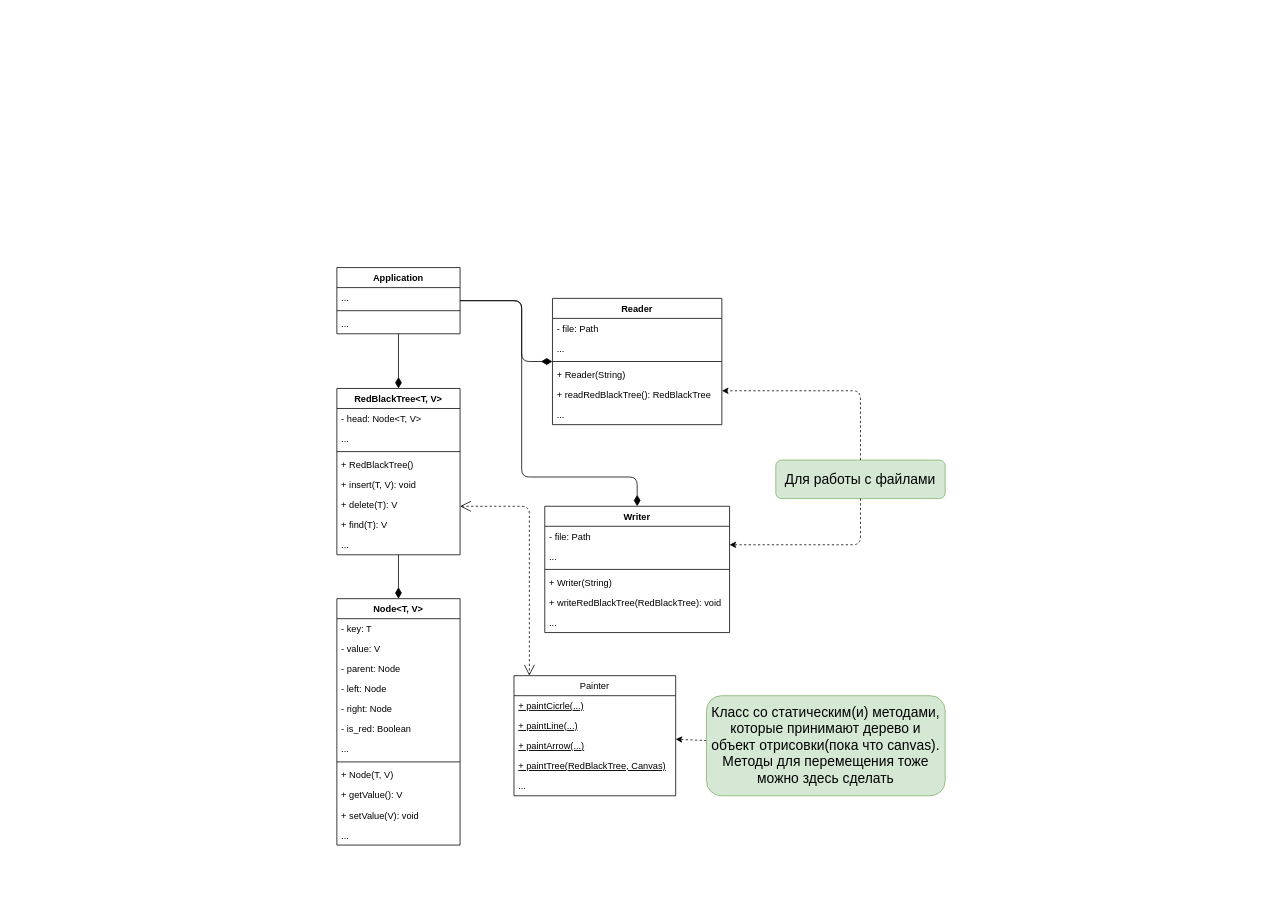
This is page "Architecture_via_classes" (2 of 5) of reports/SP_9304.drawio from mirrin00/RBTGame, a draw.io file, before an edit. Source tidied: cells renumbered, new cells numbered last; positions are measured from the earlier drawing's top-left corner, leaving out a move shared by most shapes. Both pictures are drawn from the tidied source at 77%, with x=0, y=0 at pixel (336, 267).
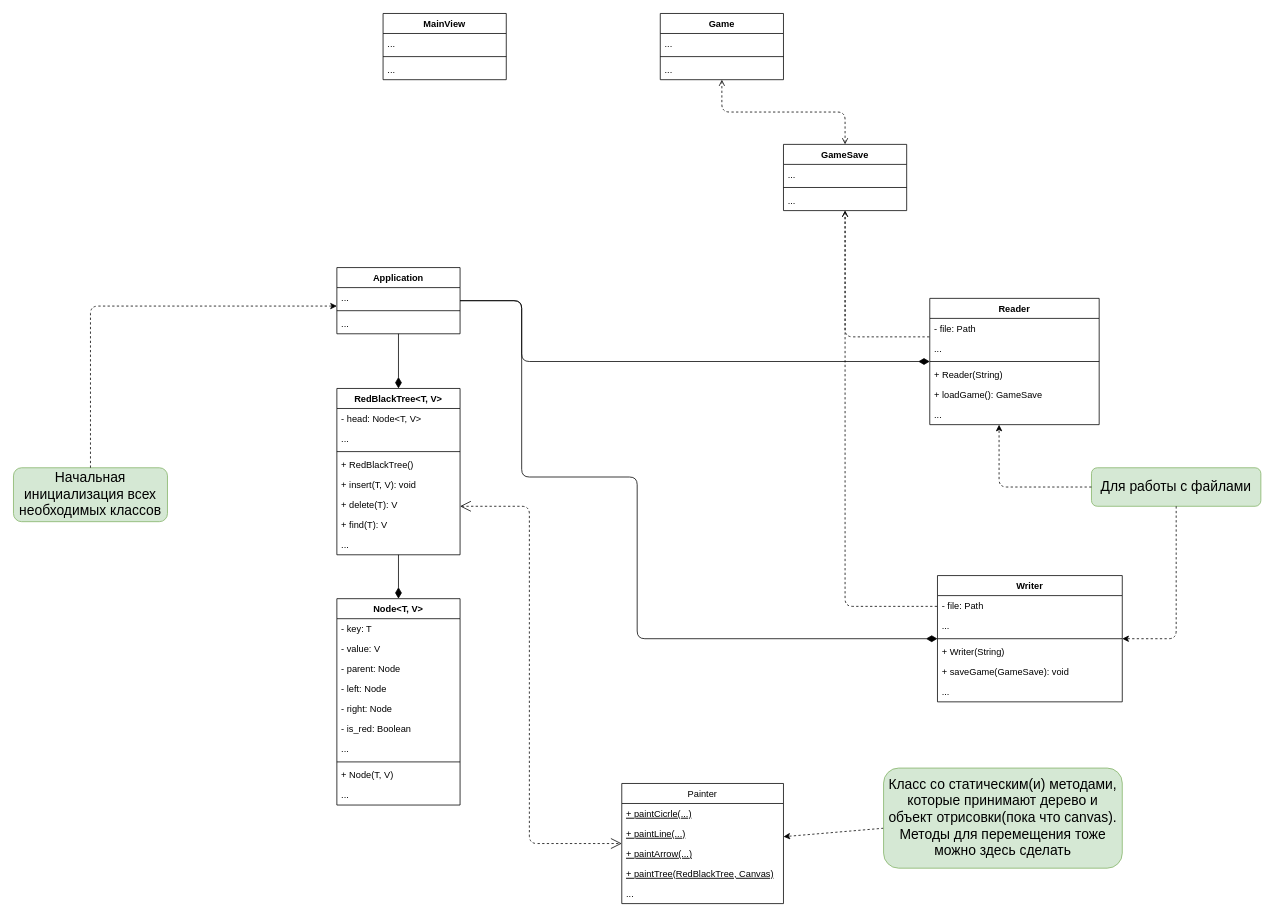
Above is the later version.

The change refers to these unchanged cells:
```xml
<mxCell id="49" value="Application" style="swimlane;fontStyle=1;align=center;verticalAlign=top;horizontal=1;startSize=26;" parent="1" vertex="1">
  <mxGeometry width="160" height="86" as="geometry" />
</mxCell>
```

Change to the diagram source:
```diff
@@
     <mxCell id="3" value="Класс со статическим(и) методами, которые принимают дерево и объект отрисовки(пока что canvas). Методы для перемещения тоже можно здесь сделать" style="rounded=1;whiteSpace=wrap;html=1;fontSize=18;fillColor=#d5e8d4;strokeColor=#82b366;" parent="1" vertex="1">
-      <mxGeometry x="480" y="556" width="310" height="130" as="geometry" />
+      <mxGeometry x="710" y="650" width="310" height="130" as="geometry" />
     </mxCell>
     <mxCell id="4" value="Для работы с файлами" style="rounded=1;whiteSpace=wrap;html=1;fontSize=18;fillColor=#d5e8d4;strokeColor=#82b366;" parent="1" vertex="1">
-      <mxGeometry x="570" y="250" width="220" height="50" as="geometry" />
+      <mxGeometry x="980" y="260" width="220" height="50" as="geometry" />
     </mxCell>
     <mxCell id="5" style="endArrow=classic;html=1;fontSize=18;dashed=1;edgeStyle=orthogonalEdgeStyle;" parent="1" edge="1" source="4" target="14">
       <mxGeometry relative="1" as="geometry">
         <Array as="points">
-          <mxPoint x="680" y="360" />
+          <mxPoint x="1090" y="482" />
         </Array>
       </mxGeometry>
     </mxCell>
     <mxCell id="6" style="endArrow=classic;html=1;fontSize=18;dashed=1;edgeStyle=orthogonalEdgeStyle;" parent="1" edge="1" source="4" target="7">
       <mxGeometry relative="1" as="geometry">
         <Array as="points">
-          <mxPoint x="680" y="160" />
+          <mxPoint x="860" y="285" />
         </Array>
       </mxGeometry>
     </mxCell>
     <mxCell id="7" value="Reader" style="swimlane;fontStyle=1;align=center;verticalAlign=top;horizontal=1;startSize=26;" parent="1" vertex="1">
-      <mxGeometry x="280" y="40" width="220" height="164" as="geometry" />
+      <mxGeometry x="770" y="40" width="220" height="164" as="geometry" />
     </mxCell>
@@
-    <mxCell id="12" value="+ readRedBlackTree(): RedBlackTree" style="text;strokeColor=none;fillColor=none;align=left;verticalAlign=top;spacingLeft=4;spacingRight=4;overflow=hidden;" parent="7" vertex="1">
+    <mxCell id="12" value="+ loadGame(): GameSave" style="text;strokeColor=none;fillColor=none;align=left;verticalAlign=top;spacingLeft=4;spacingRight=4;overflow=hidden;" parent="7" vertex="1">
       <mxGeometry y="112" width="220" height="26" as="geometry" />
     </mxCell>
@@
     <mxCell id="14" value="Writer" style="swimlane;fontStyle=1;align=center;verticalAlign=top;horizontal=1;startSize=26;" parent="1" vertex="1">
-      <mxGeometry x="270" y="310" width="240" height="164" as="geometry" />
+      <mxGeometry x="780" y="400" width="240" height="164" as="geometry" />
     </mxCell>
@@
-    <mxCell id="19" value="+ writeRedBlackTree(RedBlackTree): void" style="text;strokeColor=none;fillColor=none;align=left;verticalAlign=top;spacingLeft=4;spacingRight=4;overflow=hidden;" parent="14" vertex="1">
+    <mxCell id="19" value="+ saveGame(GameSave): void" style="text;strokeColor=none;fillColor=none;align=left;verticalAlign=top;spacingLeft=4;spacingRight=4;overflow=hidden;" parent="14" vertex="1">
       <mxGeometry y="112" width="240" height="26" as="geometry" />
     </mxCell>
@@
     <mxCell id="21" value="Painter" style="swimlane;fontStyle=0;horizontal=1;startSize=26;fillColor=none;" parent="1" vertex="1">
-      <mxGeometry x="230" y="530" width="210" height="156" as="geometry" />
+      <mxGeometry x="370" y="670" width="210" height="156" as="geometry" />
     </mxCell>
@@
     <mxCell id="27" value="Node&lt;T, V&gt;" style="swimlane;fontStyle=1;align=center;verticalAlign=top;horizontal=1;startSize=26;" parent="1" vertex="1">
-      <mxGeometry y="430" width="160" height="320" as="geometry" />
+      <mxGeometry y="430" width="160" height="268" as="geometry" />
     </mxCell>
@@
-    <mxCell id="37" value="+ getValue(): V" style="text;strokeColor=none;fillColor=none;align=left;verticalAlign=top;spacingLeft=4;spacingRight=4;overflow=hidden;" parent="27" vertex="1">
-      <mxGeometry y="242" width="160" height="26" as="geometry" />
-    </mxCell>
-    <mxCell id="38" value="+ setValue(V): void" style="text;strokeColor=none;fillColor=none;align=left;verticalAlign=top;spacingLeft=4;spacingRight=4;overflow=hidden;" parent="27" vertex="1">
-      <mxGeometry y="268" width="160" height="26" as="geometry" />
-    </mxCell>
     <mxCell id="39" value="..." style="text;strokeColor=none;fillColor=none;align=left;verticalAlign=top;spacingLeft=4;spacingRight=4;overflow=hidden;" parent="27" vertex="1">
-      <mxGeometry y="294" width="160" height="26" as="geometry" />
+      <mxGeometry y="242" width="160" height="26" as="geometry" />
     </mxCell>
@@
+    <mxCell id="58" value="Game" style="swimlane;fontStyle=1;align=center;verticalAlign=top;horizontal=1;startSize=26;fontSize=12;" parent="1" vertex="1">
+      <mxGeometry x="420" y="-330" width="160" height="86" as="geometry" />
+    </mxCell>
+    <mxCell id="59" value="..." style="text;strokeColor=none;fillColor=none;align=left;verticalAlign=top;spacingLeft=4;spacingRight=4;overflow=hidden;" parent="58" vertex="1">
+      <mxGeometry y="26" width="160" height="26" as="geometry" />
+    </mxCell>
+    <mxCell id="60" style="line;strokeWidth=1;fillColor=none;align=left;verticalAlign=middle;spacingTop=-1;spacingLeft=3;spacingRight=3;labelPosition=right;" parent="58" vertex="1">
+      <mxGeometry y="52" width="160" height="8" as="geometry" />
+    </mxCell>
+    <mxCell id="61" value="..." style="text;strokeColor=none;fillColor=none;align=left;verticalAlign=top;spacingLeft=4;spacingRight=4;overflow=hidden;" parent="58" vertex="1">
+      <mxGeometry y="60" width="160" height="26" as="geometry" />
+    </mxCell>
+    <mxCell id="62" value="MainView" style="swimlane;fontStyle=1;align=center;verticalAlign=top;horizontal=1;startSize=26;fontSize=12;" parent="1" vertex="1">
+      <mxGeometry x="60" y="-330" width="160" height="86" as="geometry" />
+    </mxCell>
+    <mxCell id="63" value="..." style="text;strokeColor=none;fillColor=none;align=left;verticalAlign=top;spacingLeft=4;spacingRight=4;overflow=hidden;" parent="62" vertex="1">
+      <mxGeometry y="26" width="160" height="26" as="geometry" />
+    </mxCell>
+    <mxCell id="64" style="line;strokeWidth=1;fillColor=none;align=left;verticalAlign=middle;spacingTop=-1;spacingLeft=3;spacingRight=3;labelPosition=right;" parent="62" vertex="1">
+      <mxGeometry y="52" width="160" height="8" as="geometry" />
+    </mxCell>
+    <mxCell id="65" value="..." style="text;strokeColor=none;fillColor=none;align=left;verticalAlign=top;spacingLeft=4;spacingRight=4;overflow=hidden;" parent="62" vertex="1">
+      <mxGeometry y="60" width="160" height="26" as="geometry" />
+    </mxCell>
+    <mxCell id="66" value="Начальная инициализация всех необходимых классов" style="rounded=1;whiteSpace=wrap;html=1;fontSize=18;fillColor=#d5e8d4;strokeColor=#82b366;" parent="1" vertex="1">
+      <mxGeometry x="-420" y="260" width="200" height="70" as="geometry" />
+    </mxCell>
+    <mxCell id="67" style="endArrow=classic;html=1;dashed=1;fontSize=12;edgeStyle=orthogonalEdgeStyle;" parent="1" edge="1" source="66" target="49">
+      <mxGeometry relative="1" as="geometry">
+        <Array as="points">
+          <mxPoint x="-320" y="50" />
+        </Array>
+      </mxGeometry>
+    </mxCell>
+    <mxCell id="68" value="GameSave" style="swimlane;fontStyle=1;align=center;verticalAlign=top;horizontal=1;startSize=26;fontSize=12;" parent="1" vertex="1">
+      <mxGeometry x="580" y="-160" width="160" height="86" as="geometry" />
+    </mxCell>
+    <mxCell id="69" value="..." style="text;strokeColor=none;fillColor=none;align=left;verticalAlign=top;spacingLeft=4;spacingRight=4;overflow=hidden;" parent="68" vertex="1">
+      <mxGeometry y="26" width="160" height="26" as="geometry" />
+    </mxCell>
+    <mxCell id="70" style="line;strokeWidth=1;fillColor=none;align=left;verticalAlign=middle;spacingTop=-1;spacingLeft=3;spacingRight=3;labelPosition=right;" parent="68" vertex="1">
+      <mxGeometry y="52" width="160" height="8" as="geometry" />
+    </mxCell>
+    <mxCell id="71" value="..." style="text;strokeColor=none;fillColor=none;align=left;verticalAlign=top;spacingLeft=4;spacingRight=4;overflow=hidden;" parent="68" vertex="1">
+      <mxGeometry y="60" width="160" height="26" as="geometry" />
+    </mxCell>
+    <mxCell id="72" style="endArrow=open;startArrow=open;html=1;dashed=1;fontSize=12;startFill=0;endFill=0;edgeStyle=orthogonalEdgeStyle;" parent="1" edge="1" source="58" target="68">
+      <mxGeometry relative="1" as="geometry" />
+    </mxCell>
+    <mxCell id="73" style="endArrow=none;startArrow=open;html=1;dashed=1;fontSize=12;startFill=0;endFill=0;edgeStyle=orthogonalEdgeStyle;" parent="1" edge="1" source="68" target="7">
+      <mxGeometry relative="1" as="geometry">
+        <Array as="points">
+          <mxPoint x="660" y="90" />
+        </Array>
+      </mxGeometry>
+    </mxCell>
+    <mxCell id="74" style="endArrow=none;startArrow=open;html=1;dashed=1;fontSize=12;startFill=0;endFill=0;edgeStyle=orthogonalEdgeStyle;" parent="1" edge="1" source="68" target="14">
+      <mxGeometry relative="1" as="geometry">
+        <Array as="points">
+          <mxPoint x="660" y="440" />
+        </Array>
+      </mxGeometry>
+    </mxCell>
```
